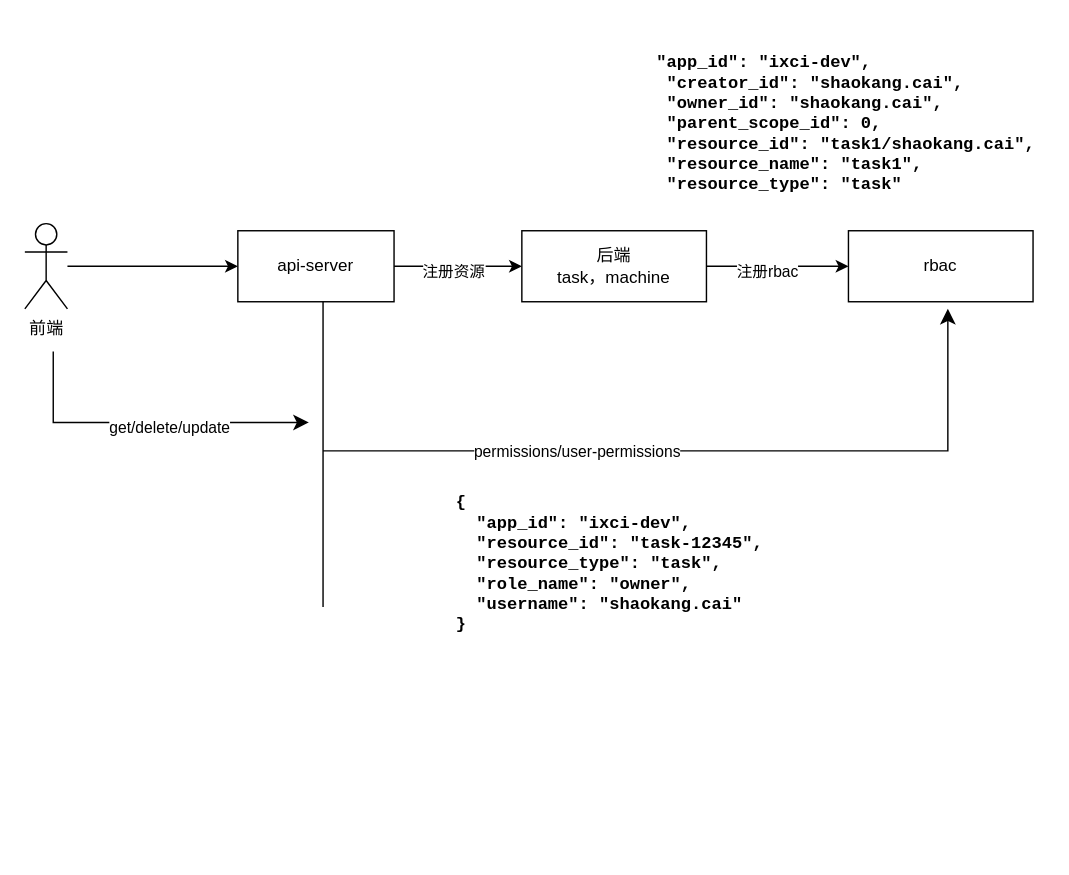
The draw.io diagram 未命名绘图.drawio in AltarIbnL/AltarIbnL, before the edit. Source tidied: cells renumbered, new cells numbered last; positions are measured from the earlier drawing's top-left corner, leaving out a move shared by most shapes. Both pictures are drawn from the tidied source at 142%, with x=0, y=0 at pixel (24, 24).
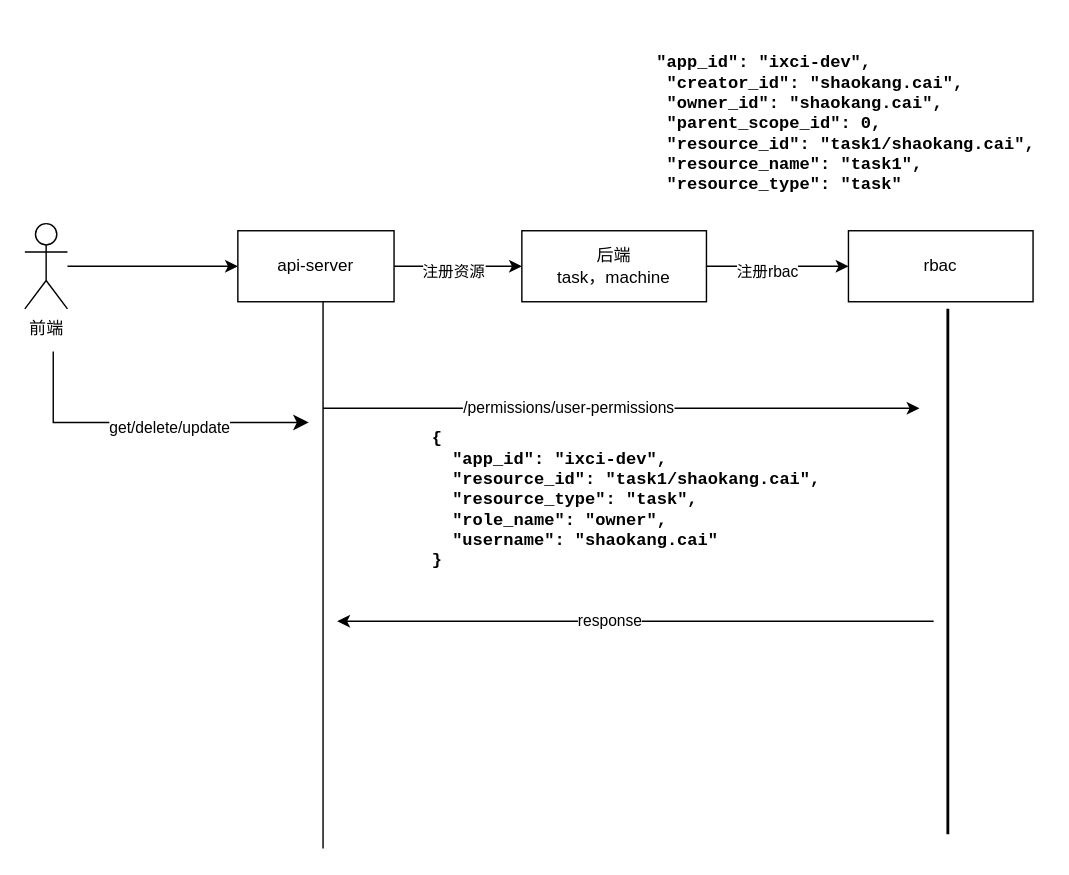
The same page after the edit.

Commit message:
未命名绘图.drawio

Diff of the diagram source:
```diff
@@
     <mxCell id="12" style="endArrow=none;html=1;rounded=0;" parent="1" edge="1">
       <mxGeometry relative="1" as="geometry">
-        <mxPoint x="210" y="410" as="sourcePoint" />
+        <mxPoint x="210" y="580" as="sourcePoint" />
         <mxPoint x="210" y="195" as="targetPoint" />
       </mxGeometry>
     </mxCell>
@@
-    <mxCell id="15" style="edgeStyle=segmentEdgeStyle;endArrow=classic;html=1;curved=0;rounded=0;endSize=8;startSize=8;" parent="1" edge="1">
-      <mxGeometry relative="1" as="geometry">
-        <mxPoint x="210" y="300" as="sourcePoint" />
-        <mxPoint x="650" y="200" as="targetPoint" />
-        <Array as="points">
-          <mxPoint x="650" y="300" />
-          <mxPoint x="650" y="250" />
-        </Array>
-      </mxGeometry>
-    </mxCell>
-    <mxCell id="16" value="permissions/user-permissions" style="edgeLabel;html=1;align=center;verticalAlign=middle;" parent="15" vertex="1">
-      <mxGeometry x="-0.34" relative="1" as="geometry" />
-    </mxCell>
-    <mxCell id="17" value="&lt;pre style=&quot;box-sizing: border-box; max-height: 400px; min-height: 6em; overflow: auto; overflow-wrap: break-word; background-image: initial; background-position: initial; background-size: initial; background-repeat: initial; background-attachment: initial; background-origin: initial; background-clip: initial; border-radius: 4px; font-weight: 600; hyphens: auto; margin: 0px; padding: 0.5em; text-wrap-mode: wrap; word-break: break-word;&quot; class=&quot;body-param__example microlight&quot;&gt;&lt;pre style=&quot;box-sizing: border-box; max-height: 400px; min-height: 6em; overflow: auto; overflow-wrap: break-word; background-image: initial; background-position: initial; background-size: initial; background-repeat: initial; background-attachment: initial; background-origin: initial; background-clip: initial; border-radius: 4px; hyphens: auto; margin: 0px; padding: 0.5em; text-wrap-mode: wrap; word-break: break-word;&quot; class=&quot;body-param__example microlight&quot;&gt;&lt;code style=&quot;box-sizing: border-box; font-family: Consolas, monaco, monospace; font-size: 1em; word-break: break-all; text-wrap-mode: nowrap;&quot; class=&quot;language-json&quot;&gt;&lt;span style=&quot;box-sizing: inherit;&quot;&gt;{&lt;br&gt;&lt;/span&gt;&lt;span style=&quot;box-sizing: inherit;&quot;&gt;  &lt;/span&gt;&lt;span style=&quot;box-sizing: inherit;&quot; class=&quot;hljs-attr&quot;&gt;&quot;app_id&quot;&lt;/span&gt;&lt;span style=&quot;box-sizing: inherit;&quot;&gt;: &lt;/span&gt;&lt;span style=&quot;box-sizing: inherit;&quot;&gt;&quot;ixci-dev&quot;&lt;/span&gt;&lt;span style=&quot;box-sizing: inherit;&quot;&gt;,&lt;br&gt;&lt;/span&gt;&lt;span style=&quot;box-sizing: inherit;&quot;&gt;  &lt;/span&gt;&lt;span style=&quot;box-sizing: inherit;&quot; class=&quot;hljs-attr&quot;&gt;&quot;resource_id&quot;&lt;/span&gt;&lt;span style=&quot;box-sizing: inherit;&quot;&gt;: &lt;/span&gt;&lt;span style=&quot;box-sizing: inherit;&quot;&gt;&quot;task-12345&quot;&lt;/span&gt;&lt;span style=&quot;box-sizing: inherit;&quot;&gt;,&lt;br&gt;&lt;/span&gt;&lt;span style=&quot;box-sizing: inherit;&quot;&gt;  &lt;/span&gt;&lt;span style=&quot;box-sizing: inherit;&quot; class=&quot;hljs-attr&quot;&gt;&quot;resource_type&quot;&lt;/span&gt;&lt;span style=&quot;box-sizing: inherit;&quot;&gt;: &lt;/span&gt;&lt;span style=&quot;box-sizing: inherit;&quot;&gt;&quot;task&quot;&lt;/span&gt;&lt;span style=&quot;box-sizing: inherit;&quot;&gt;,&lt;br&gt;&lt;/span&gt;&lt;span style=&quot;box-sizing: inherit;&quot;&gt;  &lt;/span&gt;&lt;span style=&quot;box-sizing: inherit;&quot; class=&quot;hljs-attr&quot;&gt;&quot;role_name&quot;&lt;/span&gt;&lt;span style=&quot;box-sizing: inherit;&quot;&gt;: &lt;/span&gt;&lt;span style=&quot;box-sizing: inherit;&quot;&gt;&quot;owner&quot;&lt;/span&gt;&lt;span style=&quot;box-sizing: inherit;&quot;&gt;,&lt;br&gt;&lt;/span&gt;&lt;span style=&quot;box-sizing: inherit;&quot;&gt;  &lt;/span&gt;&lt;span style=&quot;box-sizing: inherit;&quot; class=&quot;hljs-attr&quot;&gt;&quot;username&quot;&lt;/span&gt;&lt;span style=&quot;box-sizing: inherit;&quot;&gt;: &lt;/span&gt;&lt;span style=&quot;box-sizing: inherit;&quot;&gt;&quot;shaokang.cai&quot;&lt;/span&gt;&lt;span style=&quot;box-sizing: inherit;&quot;&gt;&lt;br&gt;&lt;/span&gt;}&lt;/code&gt;&lt;/pre&gt;&lt;/pre&gt;" style="text;html=1;align=left;verticalAlign=middle;whiteSpace=wrap;rounded=0;labelBackgroundColor=none;fontColor=default;" parent="1" vertex="1">
-      <mxGeometry x="290" y="310" width="230" height="140" as="geometry" />
+    <mxCell id="17" value="&lt;pre style=&quot;box-sizing: border-box; max-height: 400px; min-height: 6em; overflow: auto; overflow-wrap: break-word; background-image: initial; background-position: initial; background-size: initial; background-repeat: initial; background-attachment: initial; background-origin: initial; background-clip: initial; border-radius: 4px; font-weight: 600; hyphens: auto; margin: 0px; padding: 0.5em; text-wrap-mode: wrap; word-break: break-word;&quot; class=&quot;body-param__example microlight&quot;&gt;&lt;pre style=&quot;box-sizing: border-box; max-height: 400px; min-height: 6em; overflow: auto; overflow-wrap: break-word; background-image: initial; background-position: initial; background-size: initial; background-repeat: initial; background-attachment: initial; background-origin: initial; background-clip: initial; border-radius: 4px; hyphens: auto; margin: 0px; padding: 0.5em; text-wrap-mode: wrap; word-break: break-word;&quot; class=&quot;body-param__example microlight&quot;&gt;&lt;code style=&quot;box-sizing: border-box; font-family: Consolas, monaco, monospace; font-size: 1em; word-break: break-all; text-wrap-mode: nowrap;&quot; class=&quot;language-json&quot;&gt;&lt;span style=&quot;box-sizing: inherit;&quot;&gt;{&lt;br&gt;&lt;/span&gt;&lt;span style=&quot;box-sizing: inherit;&quot;&gt;  &lt;/span&gt;&lt;span style=&quot;box-sizing: inherit;&quot; class=&quot;hljs-attr&quot;&gt;&quot;app_id&quot;&lt;/span&gt;&lt;span style=&quot;box-sizing: inherit;&quot;&gt;: &lt;/span&gt;&lt;span style=&quot;box-sizing: inherit;&quot;&gt;&quot;ixci-dev&quot;&lt;/span&gt;&lt;span style=&quot;box-sizing: inherit;&quot;&gt;,&lt;br&gt;&lt;/span&gt;&lt;span style=&quot;box-sizing: inherit;&quot;&gt;  &lt;/span&gt;&lt;span style=&quot;box-sizing: inherit;&quot; class=&quot;hljs-attr&quot;&gt;&quot;resource_id&quot;&lt;/span&gt;&lt;span style=&quot;box-sizing: inherit;&quot;&gt;: &lt;/span&gt;&lt;span style=&quot;box-sizing: inherit;&quot;&gt;&quot;task1/shaokang.cai&quot;&lt;span style=&quot;font-size: 1em; white-space-collapse: collapse; background-color: transparent; color: light-dark(rgb(0, 0, 0), rgb(255, 255, 255)); box-sizing: inherit;&quot;&gt;,&lt;/span&gt;&lt;br&gt;&lt;/span&gt;&lt;span style=&quot;box-sizing: inherit;&quot;&gt;  &lt;/span&gt;&lt;span style=&quot;box-sizing: inherit;&quot; class=&quot;hljs-attr&quot;&gt;&quot;resource_type&quot;&lt;/span&gt;&lt;span style=&quot;box-sizing: inherit;&quot;&gt;: &lt;/span&gt;&lt;span style=&quot;box-sizing: inherit;&quot;&gt;&quot;task&quot;&lt;/span&gt;&lt;span style=&quot;box-sizing: inherit;&quot;&gt;,&lt;br&gt;&lt;/span&gt;&lt;span style=&quot;box-sizing: inherit;&quot;&gt;  &lt;/span&gt;&lt;span style=&quot;box-sizing: inherit;&quot; class=&quot;hljs-attr&quot;&gt;&quot;role_name&quot;&lt;/span&gt;&lt;span style=&quot;box-sizing: inherit;&quot;&gt;: &lt;/span&gt;&lt;span style=&quot;box-sizing: inherit;&quot;&gt;&quot;owner&quot;&lt;/span&gt;&lt;span style=&quot;box-sizing: inherit;&quot;&gt;,&lt;br&gt;&lt;/span&gt;&lt;span style=&quot;box-sizing: inherit;&quot;&gt;  &lt;/span&gt;&lt;span style=&quot;box-sizing: inherit;&quot; class=&quot;hljs-attr&quot;&gt;&quot;username&quot;&lt;/span&gt;&lt;span style=&quot;box-sizing: inherit;&quot;&gt;: &lt;/span&gt;&lt;span style=&quot;box-sizing: inherit;&quot;&gt;&quot;shaokang.cai&quot;&lt;/span&gt;&lt;span style=&quot;box-sizing: inherit;&quot;&gt;&lt;br&gt;&lt;/span&gt;}&lt;/code&gt;&lt;/pre&gt;&lt;/pre&gt;" style="text;html=1;align=left;verticalAlign=middle;whiteSpace=wrap;rounded=0;labelBackgroundColor=none;fontColor=default;" parent="1" vertex="1">
+      <mxGeometry x="272.5" y="290" width="285" height="90" as="geometry" />
     </mxCell>
+    <mxCell id="18" style="line;strokeWidth=2;direction=south;html=1;" parent="1" vertex="1">
+      <mxGeometry x="640" y="200" width="20" height="370" as="geometry" />
+    </mxCell>
+    <mxCell id="19" style="endArrow=classic;html=1;rounded=0;" parent="1" edge="1">
+      <mxGeometry relative="1" as="geometry">
+        <mxPoint x="210" y="270" as="sourcePoint" />
+        <mxPoint x="630" y="270" as="targetPoint" />
+      </mxGeometry>
+    </mxCell>
+    <mxCell id="20" value="/permissions/user-permissions" style="edgeLabel;html=1;align=center;verticalAlign=middle;" parent="19" vertex="1">
+      <mxGeometry x="-0.18" y="1" relative="1" as="geometry" />
+    </mxCell>
+    <mxCell id="21" style="endArrow=none;html=1;rounded=0;endFill=0;startArrow=classic;startFill=1;" parent="1" edge="1">
+      <mxGeometry relative="1" as="geometry">
+        <mxPoint x="220" y="420" as="sourcePoint" />
+        <mxPoint x="640" y="420" as="targetPoint" />
+      </mxGeometry>
+    </mxCell>
+    <mxCell id="22" value="response" style="edgeLabel;html=1;align=center;verticalAlign=middle;" parent="21" vertex="1">
+      <mxGeometry x="-0.09" y="1" relative="1" as="geometry" />
+    </mxCell>
```
